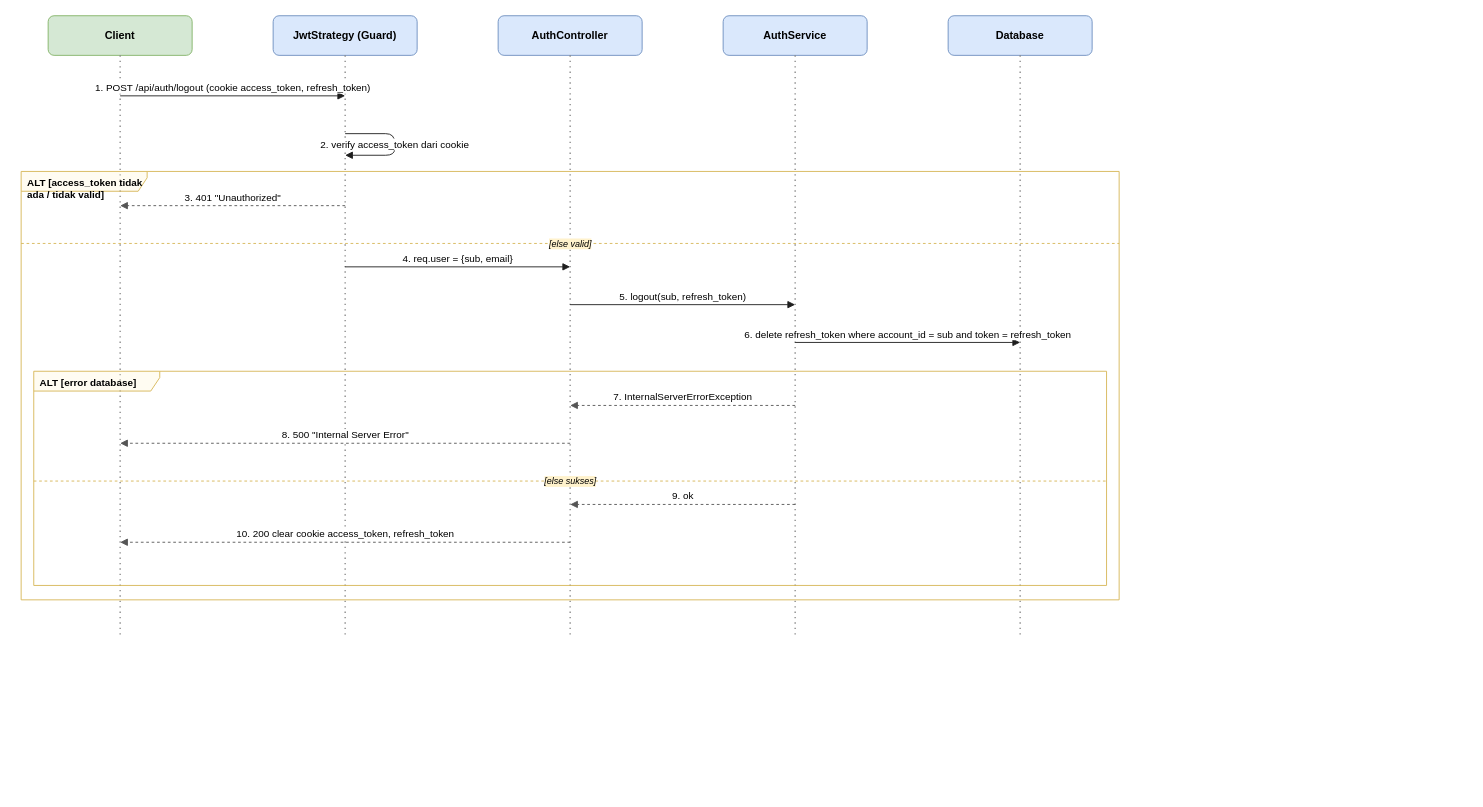
This is docs/diagrams/sequence/sequence-logout.drawio from dimstyle/ruang-baca, a draw.io file, before an edit. Source tidied: cells renumbered, new cells numbered last; positions are measured from the earlier drawing's top-left corner, leaving out a move shared by most shapes. Both pictures are drawn from the tidied source at 90%, with x=0, y=0 at pixel (21, 15).
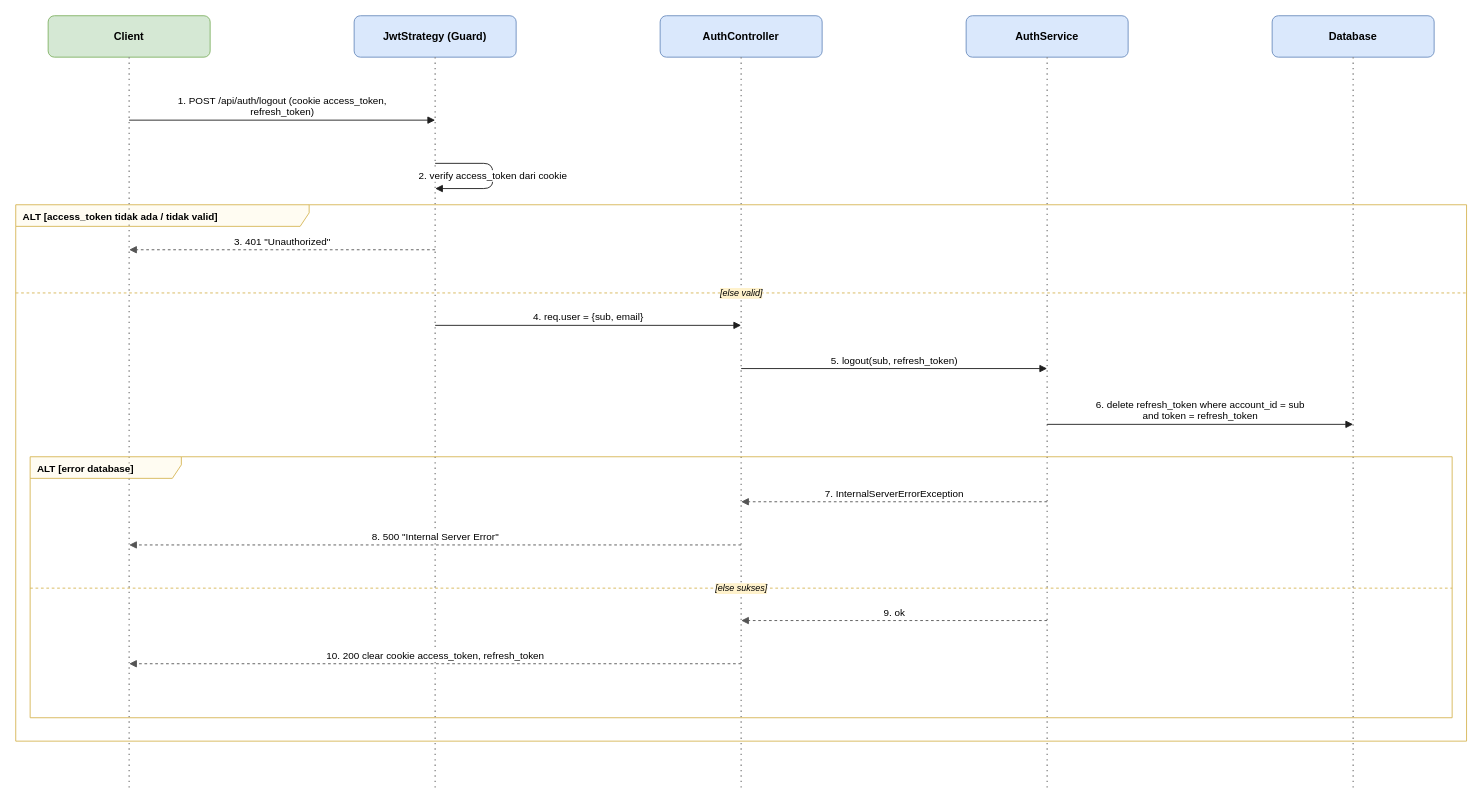
After the change.

The edit, as a diff of the source:
```diff
@@
     <mxCell id="2" value="Client" style="rounded=1;whiteSpace=wrap;html=1;fillColor=#d5e8d4;strokeColor=#82b366;fontStyle=1;fontSize=12;" parent="1" vertex="1">
-      <mxGeometry x="30" width="160" height="44" as="geometry" />
+      <mxGeometry x="30" width="180" height="46" as="geometry" />
     </mxCell>
     <mxCell id="3" style="endArrow=none;dashed=1;html=1;dashPattern=1 3;strokeWidth=1.5;strokeColor=#888888;" parent="1" edge="1">
       <mxGeometry relative="1" as="geometry">
-        <mxPoint x="110" y="44" as="sourcePoint" />
-        <mxPoint x="110" y="689" as="targetPoint" />
+        <mxPoint x="120" y="46" as="sourcePoint" />
+        <mxPoint x="120" y="860" as="targetPoint" />
       </mxGeometry>
     </mxCell>
     <mxCell id="4" value="JwtStrategy (Guard)" style="rounded=1;whiteSpace=wrap;html=1;fillColor=#dae8fc;strokeColor=#6c8ebf;fontStyle=1;fontSize=12;" parent="1" vertex="1">
-      <mxGeometry x="280" width="160" height="44" as="geometry" />
+      <mxGeometry x="370" width="180" height="46" as="geometry" />
     </mxCell>
     <mxCell id="5" style="endArrow=none;dashed=1;html=1;dashPattern=1 3;strokeWidth=1.5;strokeColor=#888888;" parent="1" edge="1">
       <mxGeometry relative="1" as="geometry">
-        <mxPoint x="360" y="44" as="sourcePoint" />
-        <mxPoint x="360" y="689" as="targetPoint" />
+        <mxPoint x="460" y="46" as="sourcePoint" />
+        <mxPoint x="460" y="860" as="targetPoint" />
       </mxGeometry>
     </mxCell>
     <mxCell id="6" value="AuthController" style="rounded=1;whiteSpace=wrap;html=1;fillColor=#dae8fc;strokeColor=#6c8ebf;fontStyle=1;fontSize=12;" parent="1" vertex="1">
-      <mxGeometry x="530" width="160" height="44" as="geometry" />
+      <mxGeometry x="710" width="180" height="46" as="geometry" />
     </mxCell>
     <mxCell id="7" style="endArrow=none;dashed=1;html=1;dashPattern=1 3;strokeWidth=1.5;strokeColor=#888888;" parent="1" edge="1">
       <mxGeometry relative="1" as="geometry">
-        <mxPoint x="610" y="44" as="sourcePoint" />
-        <mxPoint x="610" y="689" as="targetPoint" />
+        <mxPoint x="800" y="46" as="sourcePoint" />
+        <mxPoint x="800" y="860" as="targetPoint" />
       </mxGeometry>
     </mxCell>
     <mxCell id="8" value="AuthService" style="rounded=1;whiteSpace=wrap;html=1;fillColor=#dae8fc;strokeColor=#6c8ebf;fontStyle=1;fontSize=12;" parent="1" vertex="1">
-      <mxGeometry x="780" width="160" height="44" as="geometry" />
+      <mxGeometry x="1050" width="180" height="46" as="geometry" />
     </mxCell>
     <mxCell id="9" style="endArrow=none;dashed=1;html=1;dashPattern=1 3;strokeWidth=1.5;strokeColor=#888888;" parent="1" edge="1">
       <mxGeometry relative="1" as="geometry">
-        <mxPoint x="860" y="44" as="sourcePoint" />
-        <mxPoint x="860" y="689" as="targetPoint" />
+        <mxPoint x="1140" y="46" as="sourcePoint" />
+        <mxPoint x="1140" y="860" as="targetPoint" />
       </mxGeometry>
     </mxCell>
     <mxCell id="10" value="Database" style="rounded=1;whiteSpace=wrap;html=1;fillColor=#dae8fc;strokeColor=#6c8ebf;fontStyle=1;fontSize=12;" parent="1" vertex="1">
-      <mxGeometry x="1030" width="160" height="44" as="geometry" />
+      <mxGeometry x="1390" width="180" height="46" as="geometry" />
     </mxCell>
     <mxCell id="11" style="endArrow=none;dashed=1;html=1;dashPattern=1 3;strokeWidth=1.5;strokeColor=#888888;" parent="1" edge="1">
       <mxGeometry relative="1" as="geometry">
-        <mxPoint x="1110" y="44" as="sourcePoint" />
-        <mxPoint x="1110" y="689" as="targetPoint" />
+        <mxPoint x="1480" y="46" as="sourcePoint" />
+        <mxPoint x="1480" y="860" as="targetPoint" />
       </mxGeometry>
     </mxCell>
-    <mxCell id="12" value="ALT [error database]" style="shape=umlFrame;whiteSpace=wrap;html=1;width=140;height=22;boundedLbl=1;verticalAlign=top;align=left;spacingLeft=5;fillColor=#fff2cc;strokeColor=#d6b656;fillOpacity=25;fontSize=11;fontStyle=1;" parent="1" vertex="1">
-      <mxGeometry x="14" y="395" width="1192" height="238" as="geometry" />
+    <mxCell id="12" value="ALT [error database]" style="shape=umlFrame;whiteSpace=wrap;html=1;width=168;height=24;boundedLbl=1;verticalAlign=top;align=left;spacingLeft=6;fillColor=#fff2cc;strokeColor=#d6b656;fillOpacity=25;fontSize=11;fontStyle=1;" parent="1" vertex="1">
+      <mxGeometry x="10" y="490" width="1580" height="290" as="geometry" />
     </mxCell>
     <mxCell id="13" value="[else sukses]" style="endArrow=none;dashed=1;html=1;strokeColor=#d6b656;labelBackgroundColor=#fff2cc;fontSize=10;fontStyle=2;" parent="1" edge="1">
       <mxGeometry relative="1" as="geometry">
-        <mxPoint x="14" y="517" as="sourcePoint" />
-        <mxPoint x="1206" y="517" as="targetPoint" />
+        <mxPoint x="10" y="636" as="sourcePoint" />
+        <mxPoint x="1590" y="636" as="targetPoint" />
       </mxGeometry>
     </mxCell>
-    <mxCell id="14" value="ALT [access_token tidak ada / tidak valid]" style="shape=umlFrame;whiteSpace=wrap;html=1;width=140;height=22;boundedLbl=1;verticalAlign=top;align=left;spacingLeft=5;fillColor=#fff2cc;strokeColor=#d6b656;fillOpacity=25;fontSize=11;fontStyle=1;" parent="1" vertex="1">
-      <mxGeometry y="173" width="1220" height="476" as="geometry" />
+    <mxCell id="14" value="ALT [access_token tidak ada / tidak valid]" style="shape=umlFrame;whiteSpace=wrap;html=1;width=326;height=24;boundedLbl=1;verticalAlign=top;align=left;spacingLeft=6;fillColor=#fff2cc;strokeColor=#d6b656;fillOpacity=25;fontSize=11;fontStyle=1;" parent="1" vertex="1">
+      <mxGeometry x="-6" y="210" width="1612" height="596" as="geometry" />
     </mxCell>
     <mxCell id="15" value="[else valid]" style="endArrow=none;dashed=1;html=1;strokeColor=#d6b656;labelBackgroundColor=#fff2cc;fontSize=10;fontStyle=2;" parent="1" edge="1">
       <mxGeometry relative="1" as="geometry">
-        <mxPoint y="253" as="sourcePoint" />
-        <mxPoint x="1220" y="253" as="targetPoint" />
+        <mxPoint x="-6" y="308" as="sourcePoint" />
+        <mxPoint x="1606" y="308" as="targetPoint" />
       </mxGeometry>
     </mxCell>
-    <mxCell id="16" value="1. POST /api/auth/logout (cookie access_token, refresh_token)" style="html=1;verticalAlign=bottom;endArrow=block;endFill=1;strokeColor=#1F1F1F;fontSize=11;labelBackgroundColor=#ffffff;" parent="1" edge="1">
+    <mxCell id="16" value="1. POST /api/auth/logout (cookie access_token,&lt;br/&gt;refresh_token)" style="html=1;verticalAlign=bottom;endArrow=block;endFill=1;strokeColor=#1F1F1F;fontSize=11;labelBackgroundColor=#ffffff;" parent="1" edge="1">
       <mxGeometry relative="1" as="geometry">
-        <mxPoint x="110" y="89" as="sourcePoint" />
-        <mxPoint x="360" y="89" as="targetPoint" />
+        <mxPoint x="120" y="116" as="sourcePoint" />
+        <mxPoint x="460" y="116" as="targetPoint" />
       </mxGeometry>
     </mxCell>
     <mxCell id="17" value="2. verify access_token dari cookie" style="edgeStyle=orthogonalEdgeStyle;rounded=1;html=1;endArrow=block;endFill=1;strokeColor=#1F1F1F;fontSize=11;labelBackgroundColor=#ffffff;" parent="1" edge="1">
       <mxGeometry relative="1" as="geometry">
-        <mxPoint x="360" y="131" as="sourcePoint" />
-        <mxPoint x="360" y="155" as="targetPoint" />
+        <mxPoint x="460" y="164" as="sourcePoint" />
+        <mxPoint x="460" y="192" as="targetPoint" />
         <Array as="points">
-          <mxPoint x="415" y="131" />
-          <mxPoint x="415" y="155" />
+          <mxPoint x="524" y="164" />
+          <mxPoint x="524" y="192" />
         </Array>
       </mxGeometry>
     </mxCell>
     <mxCell id="18" value="3. 401 &quot;Unauthorized&quot;" style="html=1;verticalAlign=bottom;endArrow=block;endFill=1;dashed=1;strokeColor=#555555;fontSize=11;labelBackgroundColor=#ffffff;" parent="1" edge="1">
       <mxGeometry relative="1" as="geometry">
-        <mxPoint x="360" y="211" as="sourcePoint" />
-        <mxPoint x="110" y="211" as="targetPoint" />
+        <mxPoint x="460" y="260" as="sourcePoint" />
+        <mxPoint x="120" y="260" as="targetPoint" />
       </mxGeometry>
     </mxCell>
     <mxCell id="19" value="4. req.user = {sub, email}" style="html=1;verticalAlign=bottom;endArrow=block;endFill=1;strokeColor=#1F1F1F;fontSize=11;labelBackgroundColor=#ffffff;" parent="1" edge="1">
       <mxGeometry relative="1" as="geometry">
-        <mxPoint x="360" y="279" as="sourcePoint" />
-        <mxPoint x="610" y="279" as="targetPoint" />
+        <mxPoint x="460" y="344" as="sourcePoint" />
+        <mxPoint x="800" y="344" as="targetPoint" />
       </mxGeometry>
     </mxCell>
     <mxCell id="20" value="5. logout(sub, refresh_token)" style="html=1;verticalAlign=bottom;endArrow=block;endFill=1;strokeColor=#1F1F1F;fontSize=11;labelBackgroundColor=#ffffff;" parent="1" edge="1">
       <mxGeometry relative="1" as="geometry">
-        <mxPoint x="610" y="321" as="sourcePoint" />
-        <mxPoint x="860" y="321" as="targetPoint" />
+        <mxPoint x="800" y="392" as="sourcePoint" />
+        <mxPoint x="1140" y="392" as="targetPoint" />
       </mxGeometry>
     </mxCell>
-    <mxCell id="21" value="6. delete refresh_token where account_id = sub and token = refresh_token" style="html=1;verticalAlign=bottom;endArrow=block;endFill=1;strokeColor=#1F1F1F;fontSize=11;labelBackgroundColor=#ffffff;" parent="1" edge="1">
+    <mxCell id="21" value="6. delete refresh_token where account_id = sub&lt;br/&gt;and token = refresh_token" style="html=1;verticalAlign=bottom;endArrow=block;endFill=1;strokeColor=#1F1F1F;fontSize=11;labelBackgroundColor=#ffffff;" parent="1" edge="1">
       <mxGeometry relative="1" as="geometry">
-        <mxPoint x="860" y="363" as="sourcePoint" />
-        <mxPoint x="1110" y="363" as="targetPoint" />
+        <mxPoint x="1140" y="454" as="sourcePoint" />
+        <mxPoint x="1480" y="454" as="targetPoint" />
       </mxGeometry>
     </mxCell>
     <mxCell id="22" value="7. InternalServerErrorException" style="html=1;verticalAlign=bottom;endArrow=block;endFill=1;dashed=1;strokeColor=#555555;fontSize=11;labelBackgroundColor=#ffffff;" parent="1" edge="1">
       <mxGeometry relative="1" as="geometry">
-        <mxPoint x="860" y="433" as="sourcePoint" />
-        <mxPoint x="610" y="433" as="targetPoint" />
+        <mxPoint x="1140" y="540" as="sourcePoint" />
+        <mxPoint x="800" y="540" as="targetPoint" />
       </mxGeometry>
     </mxCell>
     <mxCell id="23" value="8. 500 &quot;Internal Server Error&quot;" style="html=1;verticalAlign=bottom;endArrow=block;endFill=1;dashed=1;strokeColor=#555555;fontSize=11;labelBackgroundColor=#ffffff;" parent="1" edge="1">
       <mxGeometry relative="1" as="geometry">
-        <mxPoint x="610" y="475" as="sourcePoint" />
-        <mxPoint x="110" y="475" as="targetPoint" />
+        <mxPoint x="800" y="588" as="sourcePoint" />
+        <mxPoint x="120" y="588" as="targetPoint" />
       </mxGeometry>
     </mxCell>
     <mxCell id="24" value="9. ok" style="html=1;verticalAlign=bottom;endArrow=block;endFill=1;dashed=1;strokeColor=#555555;fontSize=11;labelBackgroundColor=#ffffff;" parent="1" edge="1">
       <mxGeometry relative="1" as="geometry">
-        <mxPoint x="860" y="543" as="sourcePoint" />
-        <mxPoint x="610" y="543" as="targetPoint" />
+        <mxPoint x="1140" y="672" as="sourcePoint" />
+        <mxPoint x="800" y="672" as="targetPoint" />
       </mxGeometry>
     </mxCell>
     <mxCell id="25" value="10. 200 clear cookie access_token, refresh_token" style="html=1;verticalAlign=bottom;endArrow=block;endFill=1;dashed=1;strokeColor=#555555;fontSize=11;labelBackgroundColor=#ffffff;" parent="1" edge="1">
       <mxGeometry relative="1" as="geometry">
-        <mxPoint x="610" y="585" as="sourcePoint" />
-        <mxPoint x="110" y="585" as="targetPoint" />
+        <mxPoint x="800" y="720" as="sourcePoint" />
+        <mxPoint x="120" y="720" as="targetPoint" />
       </mxGeometry>
     </mxCell>
```
